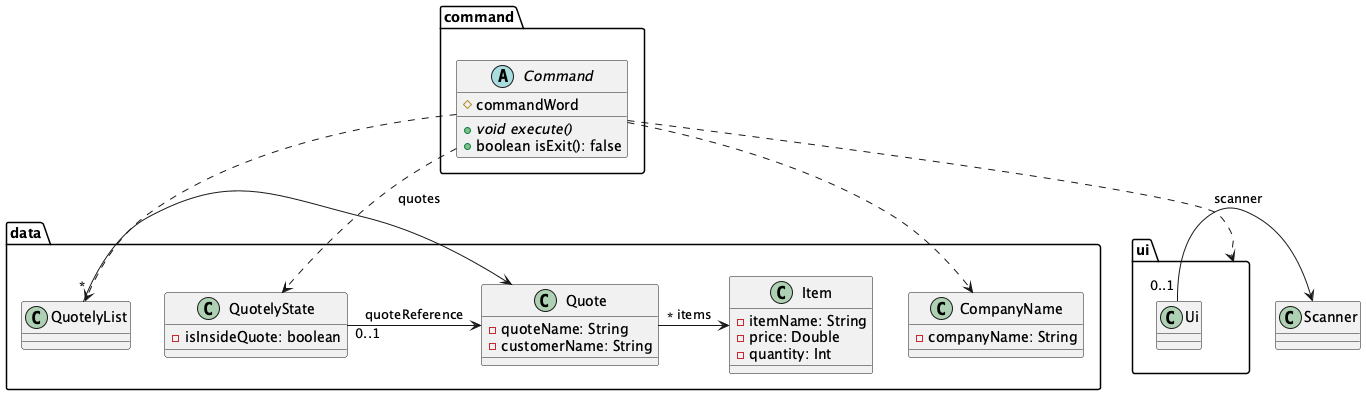
Above: uml/DataDiagram.png in Tanjy55/tp (PlantUML), before the change. Source of this version:
```plantuml
@startuml
package command {
    abstract class Command {
        # commandWord
        + {abstract} void execute()
        + boolean isExit(): false
    }
}

package data {
    class QuotelyList {

    }

    class Quote {
        - quoteName: String
        - customerName: String
    }

    class Item {
        - itemName: String
        - price: Double
        - quantity: Int
    }

    class CompanyName {
        - companyName: String
    }

    class QuotelyState {
        - isInsideQuote: boolean
    }
}

package ui {
    class Ui {

    }
}

Command ..> ui
Command ..> QuotelyList
Command ..> CompanyName
Command ..> QuotelyState

QuotelyList "*" -> Quote: quotes
Quote "*" -> Item: items

QuotelyState "0..1" -> Quote: quoteReference

Ui "0..1" -> Scanner: scanner

@enduml
```
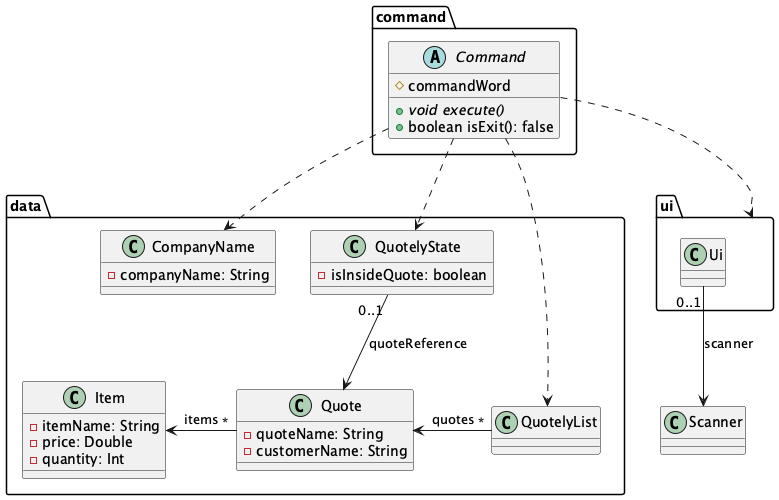
The same diagram one commit later.

The edit, as a diff of the source:
```diff
@@ -8,13 +8,15 @@
 }
 
 package data {
-    class QuotelyList {
+    together {
+        class QuotelyList {
 
-    }
+        }
 
-    class Quote {
-        - quoteName: String
-        - customerName: String
+        class Quote {
+            - quoteName: String
+            - customerName: String
+        }
     }
 
     class Item {
@@ -43,11 +45,10 @@
 Command ..> CompanyName
 Command ..> QuotelyState
 
+QuotelyState "0..1" --> Quote: quoteReference
 QuotelyList "*" -> Quote: quotes
 Quote "*" -> Item: items
 
-QuotelyState "0..1" -> Quote: quoteReference
-
-Ui "0..1" -> Scanner: scanner
+Ui "0..1" --> Scanner: scanner
 
 @enduml
```
